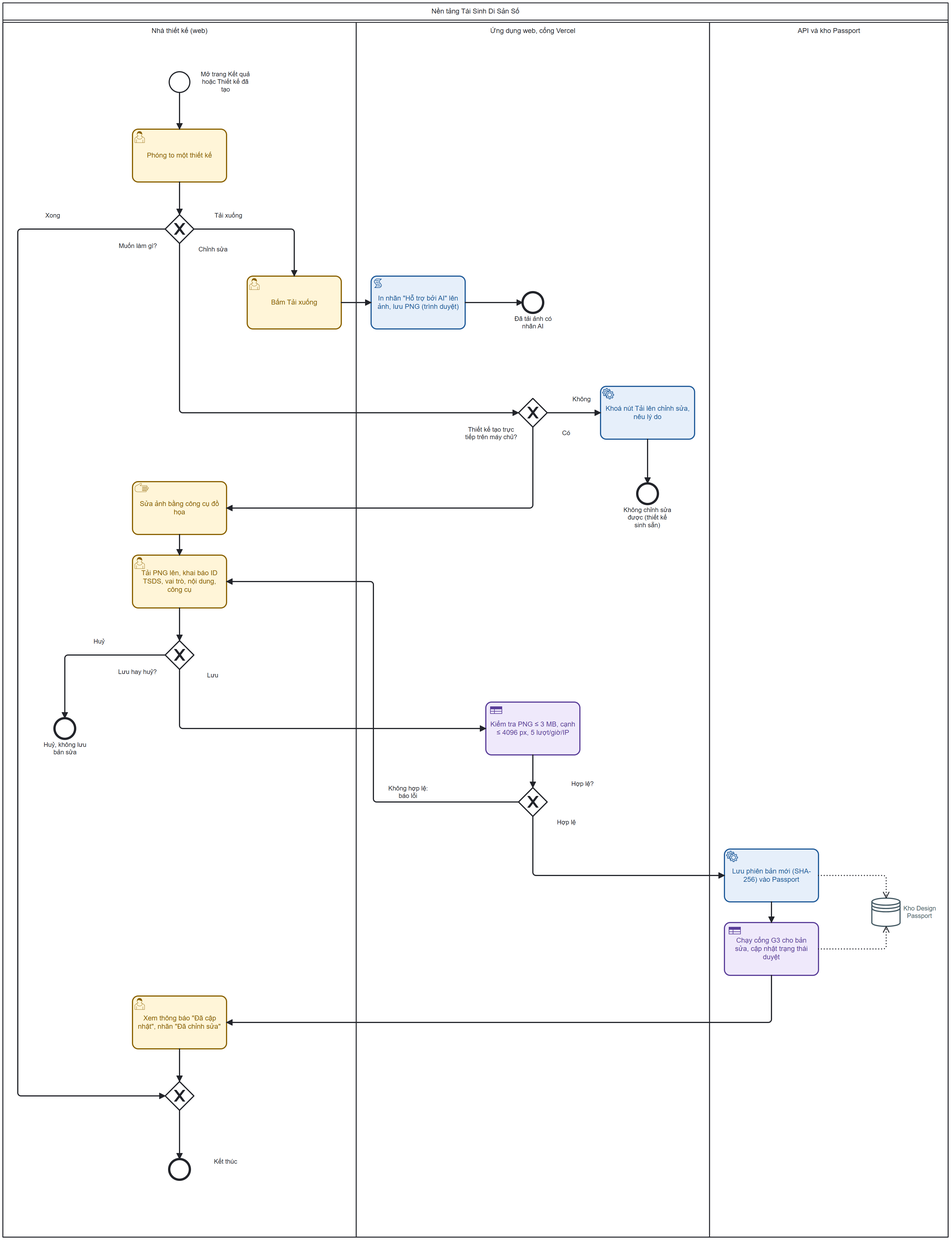
Above: docs/business-analysis/diagrams/BP-02_xem-tai-chinh-sua_AS-IS.png in quoczai22/tai-sinh-di-san-so-ai (BPMN), before the change. Its source is kept beside it as docs/business-analysis/diagrams/BP-02_xem-tai-chinh-sua_AS-IS.bpmn. Ids are renumbered.
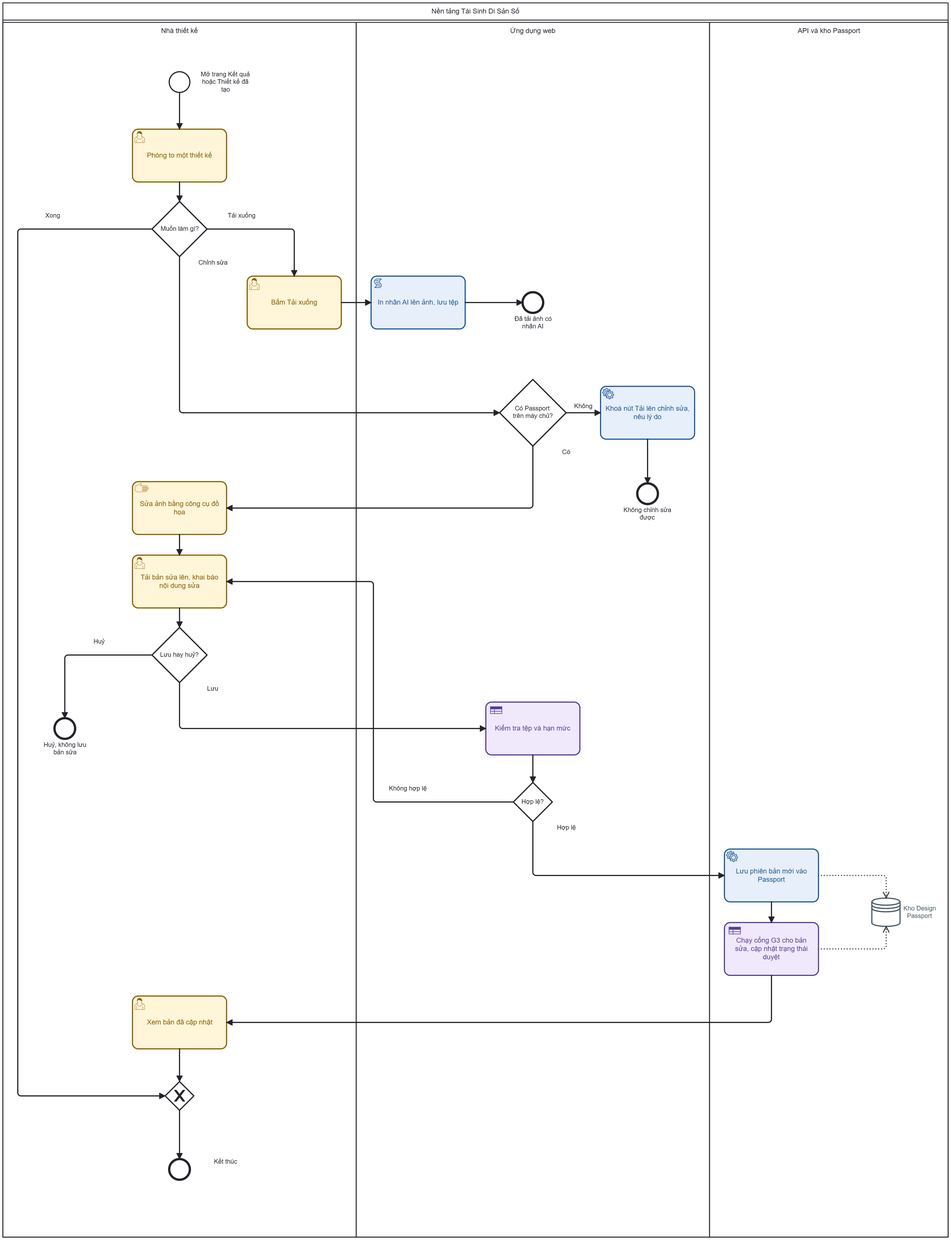
Above is the later version.

Change to the diagram source:
```diff
@@ -5,7 +5,7 @@
   </bpmn:collaboration>
   <bpmn:process id="Proc_P" name="Nền tảng Tái Sinh Di Sản Số" isExecutable="false">
     <bpmn:laneSet id="LaneSet_P">
-      <bpmn:lane id="L_USR" name="Nhà thiết kế (web)">
+      <bpmn:lane id="L_USR" name="Nhà thiết kế">
         <bpmn:flowNodeRef>S</bpmn:flowNodeRef>
         <bpmn:flowNodeRef>T1</bpmn:flowNodeRef>
         <bpmn:flowNodeRef>G1</bpmn:flowNodeRef>
@@ -18,7 +18,7 @@
         <bpmn:flowNodeRef>M_END</bpmn:flowNodeRef>
         <bpmn:flowNodeRef>E_END</bpmn:flowNodeRef>
       </bpmn:lane>
-      <bpmn:lane id="L_GW" name="Ứng dụng web, cổng Vercel">
+      <bpmn:lane id="L_GW" name="Ứng dụng web">
         <bpmn:flowNodeRef>T3</bpmn:flowNodeRef>
         <bpmn:flowNodeRef>E_DL</bpmn:flowNodeRef>
         <bpmn:flowNodeRef>G2</bpmn:flowNodeRef>
@@ -49,14 +49,14 @@
       <bpmn:incoming>Flow_G1_T2</bpmn:incoming>
       <bpmn:outgoing>Flow_T2_T3</bpmn:outgoing>
     </bpmn:userTask>
-    <bpmn:scriptTask id="T3" name="In nhãn &#34;Hỗ trợ bởi AI&#34; lên ảnh, lưu PNG (trình duyệt)">
+    <bpmn:scriptTask id="T3" name="In nhãn AI lên ảnh, lưu tệp">
       <bpmn:incoming>Flow_T2_T3</bpmn:incoming>
       <bpmn:outgoing>Flow_T3_E_DL</bpmn:outgoing>
     </bpmn:scriptTask>
     <bpmn:endEvent id="E_DL" name="Đã tải ảnh có nhãn AI">
       <bpmn:incoming>Flow_T3_E_DL</bpmn:incoming>
     </bpmn:endEvent>
-    <bpmn:exclusiveGateway id="G2" name="Thiết kế tạo trực tiếp trên máy chủ?">
+    <bpmn:exclusiveGateway id="G2" name="Có Passport&#10;trên máy chủ?">
       <bpmn:incoming>Flow_G1_G2</bpmn:incoming>
       <bpmn:outgoing>Flow_G2_T4</bpmn:outgoing>
       <bpmn:outgoing>Flow_G2_T5</bpmn:outgoing>
@@ -65,14 +65,14 @@
       <bpmn:incoming>Flow_G2_T4</bpmn:incoming>
       <bpmn:outgoing>Flow_T4_E_LOCK</bpmn:outgoing>
     </bpmn:serviceTask>
-    <bpmn:endEvent id="E_LOCK" name="Không chỉnh sửa được (thiết kế sinh sẵn)">
+    <bpmn:endEvent id="E_LOCK" name="Không chỉnh sửa được">
       <bpmn:incoming>Flow_T4_E_LOCK</bpmn:incoming>
     </bpmn:endEvent>
     <bpmn:manualTask id="T5" name="Sửa ảnh bằng công cụ đồ họa">
       <bpmn:incoming>Flow_G2_T5</bpmn:incoming>
       <bpmn:outgoing>Flow_T5_T6</bpmn:outgoing>
     </bpmn:manualTask>
-    <bpmn:userTask id="T6" name="Tải PNG lên, khai báo ID TSDS, vai trò, nội dung, công cụ">
+    <bpmn:userTask id="T6" name="Tải bản sửa lên, khai báo nội dung sửa">
       <bpmn:incoming>Flow_T5_T6</bpmn:incoming>
       <bpmn:incoming>Flow_G4_T6</bpmn:incoming>
       <bpmn:outgoing>Flow_T6_G3</bpmn:outgoing>
@@ -85,7 +85,7 @@
     <bpmn:endEvent id="E_CANCEL" name="Huỷ, không lưu bản sửa">
       <bpmn:incoming>Flow_G3_E_CANCEL</bpmn:incoming>
     </bpmn:endEvent>
-    <bpmn:businessRuleTask id="T7" name="Kiểm tra PNG ≤ 3 MB, cạnh ≤ 4096 px, 5 lượt/giờ/IP">
+    <bpmn:businessRuleTask id="T7" name="Kiểm tra tệp và hạn mức">
       <bpmn:incoming>Flow_G3_T7</bpmn:incoming>
       <bpmn:outgoing>Flow_T7_G4</bpmn:outgoing>
     </bpmn:businessRuleTask>
@@ -94,7 +94,7 @@
       <bpmn:outgoing>Flow_G4_T6</bpmn:outgoing>
       <bpmn:outgoing>Flow_G4_T8</bpmn:outgoing>
     </bpmn:exclusiveGateway>
-    <bpmn:serviceTask id="T8" name="Lưu phiên bản mới (SHA-256) vào Passport">
+    <bpmn:serviceTask id="T8" name="Lưu phiên bản mới vào Passport">
       <bpmn:incoming>Flow_G4_T8</bpmn:incoming>
       <bpmn:outgoing>Flow_T8_T9</bpmn:outgoing>
       <bpmn:dataOutputAssociation id="Data_T8_DS">
@@ -109,7 +109,7 @@
       </bpmn:dataOutputAssociation>
     </bpmn:businessRuleTask>
     <bpmn:dataStoreReference id="DS" name="Kho Design Passport" dataStoreRef="Store_DS" />
-    <bpmn:userTask id="T10" name="Xem thông báo &#34;Đã cập nhật&#34;, nhãn &#34;Đã chỉnh sửa&#34;">
+    <bpmn:userTask id="T10" name="Xem bản đã cập nhật">
       <bpmn:incoming>Flow_T9_T10</bpmn:incoming>
       <bpmn:outgoing>Flow_T10_M_END</bpmn:outgoing>
     </bpmn:userTask>
@@ -150,7 +150,7 @@
       <bpmn:conditionExpression xsi:type="bpmn:tFormalExpression">người dùng xác nhận lưu</bpmn:conditionExpression>
     </bpmn:sequenceFlow>
     <bpmn:sequenceFlow id="Flow_T7_G4" name="" sourceRef="T7" targetRef="G4" />
-    <bpmn:sequenceFlow id="Flow_G4_T6" name="Không hợp lệ: báo lỗi" sourceRef="G4" targetRef="T6">
+    <bpmn:sequenceFlow id="Flow_G4_T6" name="Không hợp lệ" sourceRef="G4" targetRef="T6">
       <bpmn:conditionExpression xsi:type="bpmn:tFormalExpression">tệp hoặc trường sai, vượt hạn mức</bpmn:conditionExpression>
     </bpmn:sequenceFlow>
     <bpmn:sequenceFlow id="Flow_G4_T8" name="Hợp lệ" sourceRef="G4" targetRef="T8">
@@ -184,10 +184,10 @@
       <bpmndi:BPMNShape id="T1_di" bpmnElement="T1" color:background-color="#FFF4D6" color:border-color="#8A6100">
         <dc:Bounds x="246" y="240" width="164" height="92" />
       </bpmndi:BPMNShape>
-      <bpmndi:BPMNShape id="G1_di" bpmnElement="G1" isMarkerVisible="true">
-        <dc:Bounds x="303" y="389" width="50" height="50" />
+      <bpmndi:BPMNShape id="G1_di" bpmnElement="G1" isMarkerVisible="false">
+        <dc:Bounds x="280" y="366" width="96" height="96" />
         <bpmndi:BPMNLabel>
-          <dc:Bounds x="199" y="437" width="112" height="40" />
+          <dc:Bounds x="295" y="407" width="66" height="14" />
         </bpmndi:BPMNLabel>
       </bpmndi:BPMNShape>
       <bpmndi:BPMNShape id="T2_di" bpmnElement="T2" color:background-color="#FFF4D6" color:border-color="#8A6100">
@@ -202,10 +202,10 @@
           <dc:Bounds x="888" y="564" width="112" height="40" />
         </bpmndi:BPMNLabel>
       </bpmndi:BPMNShape>
-      <bpmndi:BPMNShape id="G2_di" bpmnElement="G2" isMarkerVisible="true">
-        <dc:Bounds x="919" y="709" width="50" height="50" />
+      <bpmndi:BPMNShape id="G2_di" bpmnElement="G2" isMarkerVisible="false">
+        <dc:Bounds x="886" y="676" width="116" height="116" />
         <bpmndi:BPMNLabel>
-          <dc:Bounds x="815" y="757" width="112" height="40" />
+          <dc:Bounds x="908" y="720" width="71" height="28" />
         </bpmndi:BPMNLabel>
       </bpmndi:BPMNShape>
       <bpmndi:BPMNShape id="T4_di" bpmnElement="T4" color:background-color="#E4EEF9" color:border-color="#1F5A99">
@@ -223,10 +223,10 @@
       <bpmndi:BPMNShape id="T6_di" bpmnElement="T6" color:background-color="#FFF4D6" color:border-color="#8A6100">
         <dc:Bounds x="246" y="982" width="164" height="92" />
       </bpmndi:BPMNShape>
-      <bpmndi:BPMNShape id="G3_di" bpmnElement="G3" isMarkerVisible="true">
-        <dc:Bounds x="303" y="1131" width="50" height="50" />
+      <bpmndi:BPMNShape id="G3_di" bpmnElement="G3" isMarkerVisible="false">
+        <dc:Bounds x="280" y="1108" width="96" height="96" />
         <bpmndi:BPMNLabel>
-          <dc:Bounds x="199" y="1179" width="112" height="40" />
+          <dc:Bounds x="295" y="1149" width="66" height="14" />
         </bpmndi:BPMNLabel>
       </bpmndi:BPMNShape>
       <bpmndi:BPMNShape id="E_CANCEL_di" bpmnElement="E_CANCEL">
@@ -238,10 +238,10 @@
       <bpmndi:BPMNShape id="T7_di" bpmnElement="T7" color:background-color="#EEE8FA" color:border-color="#5A3E99">
         <dc:Bounds x="862" y="1238" width="164" height="92" />
       </bpmndi:BPMNShape>
-      <bpmndi:BPMNShape id="G4_di" bpmnElement="G4" isMarkerVisible="true">
-        <dc:Bounds x="919" y="1387" width="50" height="50" />
+      <bpmndi:BPMNShape id="G4_di" bpmnElement="G4" isMarkerVisible="false">
+        <dc:Bounds x="910" y="1378" width="68" height="68" />
         <bpmndi:BPMNLabel>
-          <dc:Bounds x="975" y="1374" width="112" height="40" />
+          <dc:Bounds x="925" y="1405" width="38" height="14" />
         </bpmndi:BPMNLabel>
       </bpmndi:BPMNShape>
       <bpmndi:BPMNShape id="T8_di" bpmnElement="T8" color:background-color="#E4EEF9" color:border-color="#1F5A99">
@@ -274,14 +274,14 @@
       </bpmndi:BPMNEdge>
       <bpmndi:BPMNEdge id="Flow_T1_G1_di" bpmnElement="Flow_T1_G1">
         <di:waypoint x="328" y="332" />
-        <di:waypoint x="328" y="389" />
+        <di:waypoint x="328" y="366" />
       </bpmndi:BPMNEdge>
       <bpmndi:BPMNEdge id="Flow_G1_T2_di" bpmnElement="Flow_G1_T2">
-        <di:waypoint x="353" y="414" />
+        <di:waypoint x="376" y="414" />
         <di:waypoint x="528" y="414" />
         <di:waypoint x="528" y="496" />
         <bpmndi:BPMNLabel>
-          <dc:Bounds x="361" y="384" width="104" height="28" />
+          <dc:Bounds x="384" y="384" width="104" height="28" />
         </bpmndi:BPMNLabel>
       </bpmndi:BPMNEdge>
       <bpmndi:BPMNEdge id="Flow_T2_T3_di" bpmnElement="Flow_T2_T3">
@@ -293,7 +293,7 @@
         <di:waypoint x="926" y="542" />
       </bpmndi:BPMNEdge>
       <bpmndi:BPMNEdge id="Flow_G1_M_END_di" bpmnElement="Flow_G1_M_END">
-        <di:waypoint x="303" y="414" />
+        <di:waypoint x="280" y="414" />
         <di:waypoint x="46" y="414" />
         <di:waypoint x="46" y="1924" />
         <di:waypoint x="303" y="1924" />
@@ -302,18 +302,18 @@
         </bpmndi:BPMNLabel>
       </bpmndi:BPMNEdge>
       <bpmndi:BPMNEdge id="Flow_G1_G2_di" bpmnElement="Flow_G1_G2">
-        <di:waypoint x="328" y="439" />
+        <di:waypoint x="328" y="462" />
         <di:waypoint x="328" y="734" />
-        <di:waypoint x="919" y="734" />
+        <di:waypoint x="886" y="734" />
         <bpmndi:BPMNLabel>
-          <dc:Bounds x="334" y="443" width="104" height="28" />
+          <dc:Bounds x="334" y="466" width="104" height="28" />
         </bpmndi:BPMNLabel>
       </bpmndi:BPMNEdge>
       <bpmndi:BPMNEdge id="Flow_G2_T4_di" bpmnElement="Flow_G2_T4">
-        <di:waypoint x="969" y="734" />
+        <di:waypoint x="1002" y="734" />
         <di:waypoint x="1062" y="734" />
         <bpmndi:BPMNLabel>
-          <dc:Bounds x="977" y="704" width="104" height="28" />
+          <dc:Bounds x="1016" y="716" width="32" height="14" />
         </bpmndi:BPMNLabel>
       </bpmndi:BPMNEdge>
       <bpmndi:BPMNEdge id="Flow_T4_E_LOCK_di" bpmnElement="Flow_T4_E_LOCK">
@@ -321,11 +321,11 @@
         <di:waypoint x="1144" y="857" />
       </bpmndi:BPMNEdge>
       <bpmndi:BPMNEdge id="Flow_G2_T5_di" bpmnElement="Flow_G2_T5">
-        <di:waypoint x="944" y="759" />
+        <di:waypoint x="944" y="792" />
         <di:waypoint x="944" y="900" />
         <di:waypoint x="410" y="900" />
         <bpmndi:BPMNLabel>
-          <dc:Bounds x="950" y="763" width="104" height="28" />
+          <dc:Bounds x="950" y="796" width="104" height="28" />
         </bpmndi:BPMNLabel>
       </bpmndi:BPMNEdge>
       <bpmndi:BPMNEdge id="Flow_T5_T6_di" bpmnElement="Flow_T5_T6">
@@ -334,10 +334,10 @@
       </bpmndi:BPMNEdge>
       <bpmndi:BPMNEdge id="Flow_T6_G3_di" bpmnElement="Flow_T6_G3">
         <di:waypoint x="328" y="1074" />
-        <di:waypoint x="328" y="1131" />
+        <di:waypoint x="328" y="1108" />
       </bpmndi:BPMNEdge>
       <bpmndi:BPMNEdge id="Flow_G3_E_CANCEL_di" bpmnElement="Flow_G3_E_CANCEL">
-        <di:waypoint x="303" y="1156" />
+        <di:waypoint x="280" y="1156" />
         <di:waypoint x="128" y="1156" />
         <di:waypoint x="128" y="1266" />
         <bpmndi:BPMNLabel>
@@ -345,19 +345,19 @@
         </bpmndi:BPMNLabel>
       </bpmndi:BPMNEdge>
       <bpmndi:BPMNEdge id="Flow_G3_T7_di" bpmnElement="Flow_G3_T7">
-        <di:waypoint x="328" y="1181" />
+        <di:waypoint x="328" y="1204" />
         <di:waypoint x="328" y="1284" />
         <di:waypoint x="862" y="1284" />
         <bpmndi:BPMNLabel>
-          <dc:Bounds x="334" y="1185" width="104" height="28" />
+          <dc:Bounds x="334" y="1208" width="104" height="28" />
         </bpmndi:BPMNLabel>
       </bpmndi:BPMNEdge>
       <bpmndi:BPMNEdge id="Flow_T7_G4_di" bpmnElement="Flow_T7_G4">
         <di:waypoint x="944" y="1330" />
-        <di:waypoint x="944" y="1387" />
+        <di:waypoint x="944" y="1378" />
       </bpmndi:BPMNEdge>
       <bpmndi:BPMNEdge id="Flow_G4_T6_di" bpmnElement="Flow_G4_T6">
-        <di:waypoint x="919" y="1412" />
+        <di:waypoint x="910" y="1412" />
         <di:waypoint x="666" y="1412" />
         <di:waypoint x="666" y="1028" />
         <di:waypoint x="410" y="1028" />
@@ -366,11 +366,11 @@
         </bpmndi:BPMNLabel>
       </bpmndi:BPMNEdge>
       <bpmndi:BPMNEdge id="Flow_G4_T8_di" bpmnElement="Flow_G4_T8">
-        <di:waypoint x="944" y="1437" />
+        <di:waypoint x="944" y="1446" />
         <di:waypoint x="944" y="1540" />
         <di:waypoint x="1278" y="1540" />
         <bpmndi:BPMNLabel>
-          <dc:Bounds x="950" y="1441" width="104" height="28" />
+          <dc:Bounds x="950" y="1450" width="104" height="28" />
         </bpmndi:BPMNLabel>
       </bpmndi:BPMNEdge>
       <bpmndi:BPMNEdge id="Flow_T8_T9_di" bpmnElement="Flow_T8_T9">
```
